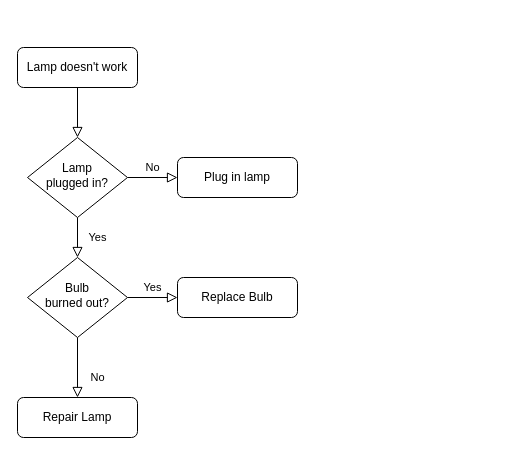
Musfik41/CV keeps this draw.io diagram as Untitled Diagram.drawio. Above is the earlier version. Source tidied: cells renumbered, new cells numbered last; positions are measured from the earlier drawing's top-left corner, leaving out a move shared by most shapes. Both pictures are drawn from the tidied source at 100%, with x=0, y=0 at pixel (17, 47).
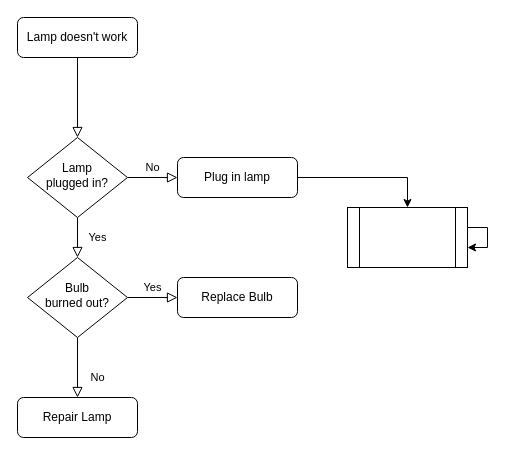
Above is the later version.

Change to the diagram source:
```diff
@@
 <mxGraphModel>
   <root>
     <mxCell id="0" />
     <mxCell id="1" parent="0" />
     <mxCell id="2" style="rounded=0;html=1;jettySize=auto;fontSize=11;endArrow=block;endFill=0;endSize=8;strokeWidth=1;shadow=0;labelBackgroundColor=none;edgeStyle=orthogonalEdgeStyle;" parent="1" edge="1" source="3" target="6">
       <mxGeometry relative="1" as="geometry" />
     </mxCell>
     <mxCell id="3" value="Lamp doesn't work" style="rounded=1;whiteSpace=wrap;html=1;fontSize=12;glass=0;strokeWidth=1;shadow=0;" parent="1" vertex="1">
-      <mxGeometry width="120" height="40" as="geometry" />
+      <mxGeometry y="-30" width="120" height="40" as="geometry" />
     </mxCell>
     <mxCell id="4" value="Yes" style="rounded=0;html=1;jettySize=auto;fontSize=11;endArrow=block;endFill=0;endSize=8;strokeWidth=1;shadow=0;labelBackgroundColor=none;edgeStyle=orthogonalEdgeStyle;" parent="1" edge="1" source="6" target="10">
       <mxGeometry y="20" relative="1" as="geometry" />
     </mxCell>
     <mxCell id="5" value="No" style="edgeStyle=orthogonalEdgeStyle;rounded=0;html=1;jettySize=auto;fontSize=11;endArrow=block;endFill=0;endSize=8;strokeWidth=1;shadow=0;labelBackgroundColor=none;" parent="1" edge="1" source="6" target="7">
       <mxGeometry y="10" relative="1" as="geometry" />
     </mxCell>
     <mxCell id="6" value="Lamp&lt;br&gt;plugged in?" style="rhombus;whiteSpace=wrap;html=1;shadow=0;fontFamily=Helvetica;fontSize=12;align=center;strokeWidth=1;spacing=6;spacingTop=-4;" parent="1" vertex="1">
       <mxGeometry x="10" y="90" width="100" height="80" as="geometry" />
     </mxCell>
+    <mxCell id="13" style="edgeStyle=orthogonalEdgeStyle;rounded=0;jettySize=auto;html=1;" parent="1" edge="1" source="7" target="14">
+      <mxGeometry relative="1" as="geometry" />
+    </mxCell>
     <mxCell id="7" value="Plug in lamp" style="rounded=1;whiteSpace=wrap;html=1;fontSize=12;glass=0;strokeWidth=1;shadow=0;" parent="1" vertex="1">
       <mxGeometry x="160" y="110" width="120" height="40" as="geometry" />
     </mxCell>
     <mxCell id="8" value="No" style="rounded=0;html=1;jettySize=auto;fontSize=11;endArrow=block;endFill=0;endSize=8;strokeWidth=1;shadow=0;labelBackgroundColor=none;edgeStyle=orthogonalEdgeStyle;" parent="1" edge="1" source="10" target="11">
       <mxGeometry x="0.33" y="20" relative="1" as="geometry" />
     </mxCell>
     <mxCell id="9" value="Yes" style="edgeStyle=orthogonalEdgeStyle;rounded=0;html=1;jettySize=auto;fontSize=11;endArrow=block;endFill=0;endSize=8;strokeWidth=1;shadow=0;labelBackgroundColor=none;" parent="1" edge="1" source="10" target="12">
       <mxGeometry y="10" relative="1" as="geometry" />
     </mxCell>
     <mxCell id="10" value="Bulb&lt;br&gt;burned out?" style="rhombus;whiteSpace=wrap;html=1;shadow=0;fontFamily=Helvetica;fontSize=12;align=center;strokeWidth=1;spacing=6;spacingTop=-4;" parent="1" vertex="1">
       <mxGeometry x="10" y="210" width="100" height="80" as="geometry" />
     </mxCell>
     <mxCell id="11" value="Repair Lamp" style="rounded=1;whiteSpace=wrap;html=1;fontSize=12;glass=0;strokeWidth=1;shadow=0;" parent="1" vertex="1">
       <mxGeometry y="350" width="120" height="40" as="geometry" />
     </mxCell>
     <mxCell id="12" value="Replace Bulb" style="rounded=1;whiteSpace=wrap;html=1;fontSize=12;glass=0;strokeWidth=1;shadow=0;" parent="1" vertex="1">
       <mxGeometry x="160" y="230" width="120" height="40" as="geometry" />
     </mxCell>
+    <mxCell id="14" style="shape=process;whiteSpace=wrap;html=1;backgroundOutline=1;" parent="1" vertex="1">
+      <mxGeometry x="330" y="160" width="120" height="60" as="geometry" />
+    </mxCell>
+    <mxCell id="15" style="edgeStyle=orthogonalEdgeStyle;rounded=0;orthogonalLoop=1;jettySize=auto;html=1;" parent="1" edge="1" source="14" target="14">
+      <mxGeometry relative="1" as="geometry" />
+    </mxCell>
   </root>
 </mxGraphModel>
```
